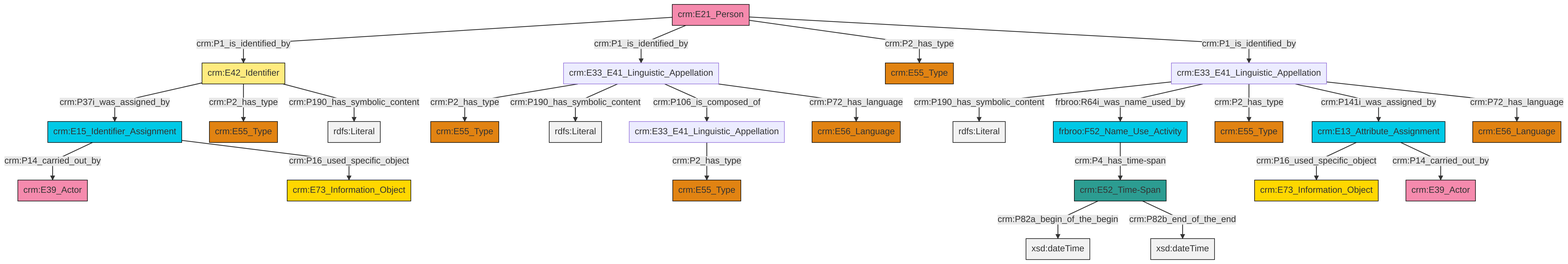
Earlier version of the Mermaid export et/personCSV/ttl/mmd/png/Person_Names_and_Classification.png (swiss-art-research-net/reference-data-models). Its source is kept beside it as et/personCSV/ttl/mmd/Person_Names_and_Classification.ttl.mmd.
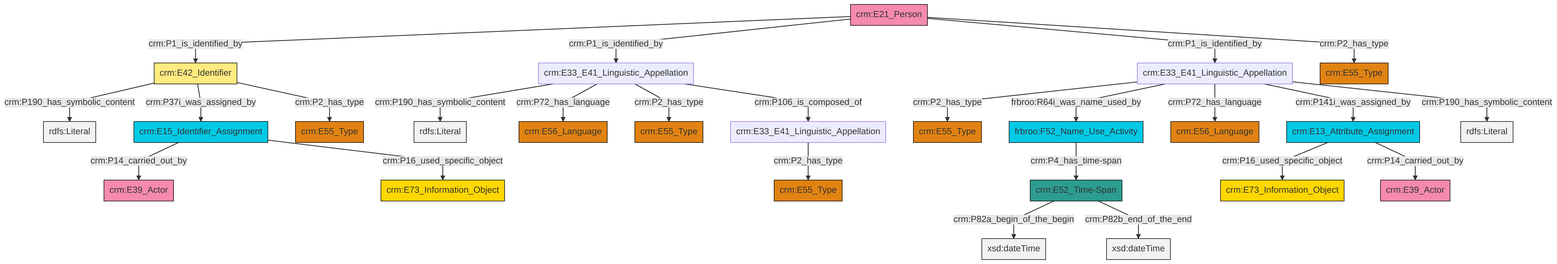
The same diagram one commit later.

Change to the diagram source:
```diff
@@ -13,27 +13,27 @@
 classDef PC_Classes fill:#4ce600, stroke:#000000;
 classDef Multi fill:#cccccc,stroke:#000000;
 
-0["crm:E13_Attribute_Assignment"]:::Temporal_Entity -->|crm:P16_used_specific_object| 1["crm:E73_Information_Object"]:::Conceptual_Object
-2["crm:E33_E41_Linguistic_Appellation"]:::Default -->|crm:P2_has_type| 3["crm:E55_Type"]:::Type
-2["crm:E33_E41_Linguistic_Appellation"]:::Default -->|crm:P190_has_symbolic_content| 4[rdfs:Literal]:::Literal
-10["crm:E21_Person"]:::Actor -->|crm:P1_is_identified_by| 11["crm:E42_Identifier"]:::Appellation
-10["crm:E21_Person"]:::Actor -->|crm:P1_is_identified_by| 2["crm:E33_E41_Linguistic_Appellation"]:::Default
-13["crm:E33_E41_Linguistic_Appellation"]:::Default -->|crm:P190_has_symbolic_content| 14[rdfs:Literal]:::Literal
-11["crm:E42_Identifier"]:::Appellation -->|crm:P37i_was_assigned_by| 15["crm:E15_Identifier_Assignment"]:::Temporal_Entity
-2["crm:E33_E41_Linguistic_Appellation"]:::Default -->|crm:P106_is_composed_of| 16["crm:E33_E41_Linguistic_Appellation"]:::Default
-19["crm:E52_Time-Span"]:::Time-Span -->|crm:P82a_begin_of_the_begin| 20[xsd:dateTime]:::Literal
-15["crm:E15_Identifier_Assignment"]:::Temporal_Entity -->|crm:P14_carried_out_by| 21["crm:E39_Actor"]:::Actor
-26["frbroo:F52_Name_Use_Activity"]:::Temporal_Entity -->|crm:P4_has_time-span| 19["crm:E52_Time-Span"]:::Time-Span
-11["crm:E42_Identifier"]:::Appellation -->|crm:P2_has_type| 28["crm:E55_Type"]:::Type
-16["crm:E33_E41_Linguistic_Appellation"]:::Default -->|crm:P2_has_type| 30["crm:E55_Type"]:::Type
-11["crm:E42_Identifier"]:::Appellation -->|crm:P190_has_symbolic_content| 34[rdfs:Literal]:::Literal
-13["crm:E33_E41_Linguistic_Appellation"]:::Default -->|frbroo:R64i_was_name_used_by| 26["frbroo:F52_Name_Use_Activity"]:::Temporal_Entity
-2["crm:E33_E41_Linguistic_Appellation"]:::Default -->|crm:P72_has_language| 37["crm:E56_Language"]:::Type
-15["crm:E15_Identifier_Assignment"]:::Temporal_Entity -->|crm:P16_used_specific_object| 24["crm:E73_Information_Object"]:::Conceptual_Object
-13["crm:E33_E41_Linguistic_Appellation"]:::Default -->|crm:P2_has_type| 8["crm:E55_Type"]:::Type
-10["crm:E21_Person"]:::Actor -->|crm:P2_has_type| 39["crm:E55_Type"]:::Type
-13["crm:E33_E41_Linguistic_Appellation"]:::Default -->|crm:P141i_was_assigned_by| 0["crm:E13_Attribute_Assignment"]:::Temporal_Entity
-19["crm:E52_Time-Span"]:::Time-Span -->|crm:P82b_end_of_the_end| 44[xsd:dateTime]:::Literal
-10["crm:E21_Person"]:::Actor -->|crm:P1_is_identified_by| 13["crm:E33_E41_Linguistic_Appellation"]:::Default
-13["crm:E33_E41_Linguistic_Appellation"]:::Default -->|crm:P72_has_language| 32["crm:E56_Language"]:::Type
-0["crm:E13_Attribute_Assignment"]:::Temporal_Entity -->|crm:P14_carried_out_by| 5["crm:E39_Actor"]:::Actor
+2["crm:E33_E41_Linguistic_Appellation"]:::Default -->|crm:P190_has_symbolic_content| 3[rdfs:Literal]:::Literal
+2["crm:E33_E41_Linguistic_Appellation"]:::Default -->|crm:P72_has_language| 0["crm:E56_Language"]:::Type
+6["crm:E33_E41_Linguistic_Appellation"]:::Default -->|crm:P2_has_type| 4["crm:E55_Type"]:::Type
+7["crm:E33_E41_Linguistic_Appellation"]:::Default -->|crm:P2_has_type| 8["crm:E55_Type"]:::Type
+6["crm:E33_E41_Linguistic_Appellation"]:::Default -->|frbroo:R64i_was_name_used_by| 11["frbroo:F52_Name_Use_Activity"]:::Temporal_Entity
+17["crm:E13_Attribute_Assignment"]:::Temporal_Entity -->|crm:P16_used_specific_object| 14["crm:E73_Information_Object"]:::Conceptual_Object
+2["crm:E33_E41_Linguistic_Appellation"]:::Default -->|crm:P2_has_type| 27["crm:E55_Type"]:::Type
+20["crm:E15_Identifier_Assignment"]:::Temporal_Entity -->|crm:P14_carried_out_by| 18["crm:E39_Actor"]:::Actor
+33["crm:E52_Time-Span"]:::Time-Span -->|crm:P82a_begin_of_the_begin| 34[xsd:dateTime]:::Literal
+35["crm:E21_Person"]:::Actor -->|crm:P1_is_identified_by| 22["crm:E42_Identifier"]:::Appellation
+2["crm:E33_E41_Linguistic_Appellation"]:::Default -->|crm:P106_is_composed_of| 7["crm:E33_E41_Linguistic_Appellation"]:::Default
+20["crm:E15_Identifier_Assignment"]:::Temporal_Entity -->|crm:P16_used_specific_object| 9["crm:E73_Information_Object"]:::Conceptual_Object
+6["crm:E33_E41_Linguistic_Appellation"]:::Default -->|crm:P72_has_language| 36["crm:E56_Language"]:::Type
+6["crm:E33_E41_Linguistic_Appellation"]:::Default -->|crm:P141i_was_assigned_by| 17["crm:E13_Attribute_Assignment"]:::Temporal_Entity
+33["crm:E52_Time-Span"]:::Time-Span -->|crm:P82b_end_of_the_end| 40[xsd:dateTime]:::Literal
+22["crm:E42_Identifier"]:::Appellation -->|crm:P190_has_symbolic_content| 41[rdfs:Literal]:::Literal
+35["crm:E21_Person"]:::Actor -->|crm:P1_is_identified_by| 2["crm:E33_E41_Linguistic_Appellation"]:::Default
+35["crm:E21_Person"]:::Actor -->|crm:P1_is_identified_by| 6["crm:E33_E41_Linguistic_Appellation"]:::Default
+35["crm:E21_Person"]:::Actor -->|crm:P2_has_type| 24["crm:E55_Type"]:::Type
+11["frbroo:F52_Name_Use_Activity"]:::Temporal_Entity -->|crm:P4_has_time-span| 33["crm:E52_Time-Span"]:::Time-Span
+22["crm:E42_Identifier"]:::Appellation -->|crm:P37i_was_assigned_by| 20["crm:E15_Identifier_Assignment"]:::Temporal_Entity
+17["crm:E13_Attribute_Assignment"]:::Temporal_Entity -->|crm:P14_carried_out_by| 12["crm:E39_Actor"]:::Actor
+6["crm:E33_E41_Linguistic_Appellation"]:::Default -->|crm:P190_has_symbolic_content| 46[rdfs:Literal]:::Literal
+22["crm:E42_Identifier"]:::Appellation -->|crm:P2_has_type| 28["crm:E55_Type"]:::Type
```
